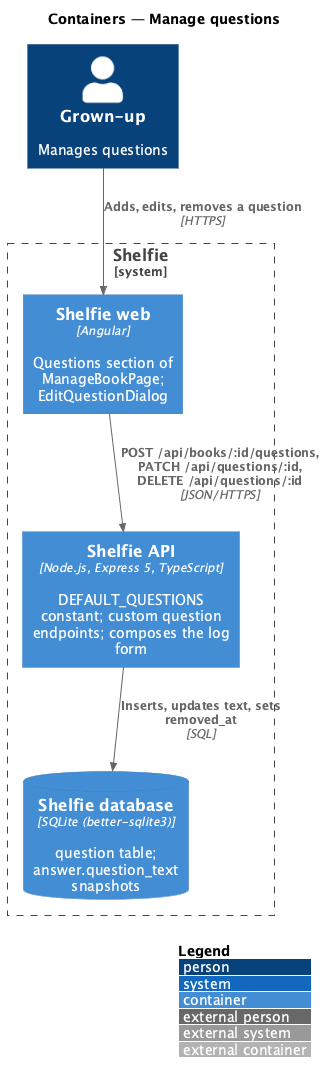
Earlier version of the PlantUML export docs/detailed-designs/books/manage-questions/diagrams/c4-container.png (QuinntyneBrown/shelfie).
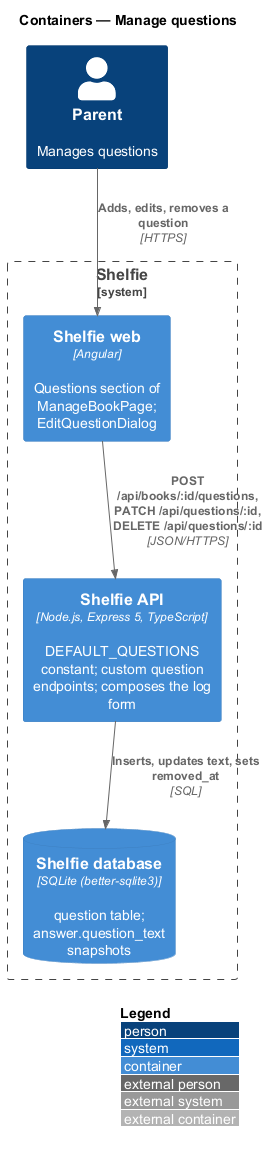
After the change.

The edit, as a diff of the source:
```diff
@@ -3,7 +3,7 @@
 LAYOUT_WITH_LEGEND()
 title Containers — Manage questions
 
-Person(grownUp, "Grown-up", "Manages questions")
+Person(grownUp, "Parent", "Manages questions")
 System_Boundary(shelfie, "Shelfie") {
   Container(web, "Shelfie web", "Angular", "Questions section of ManageBookPage; EditQuestionDialog")
   Container(api, "Shelfie API", "Node.js, Express 5, TypeScript", "DEFAULT_QUESTIONS constant; custom question endpoints; composes the log form")
```
